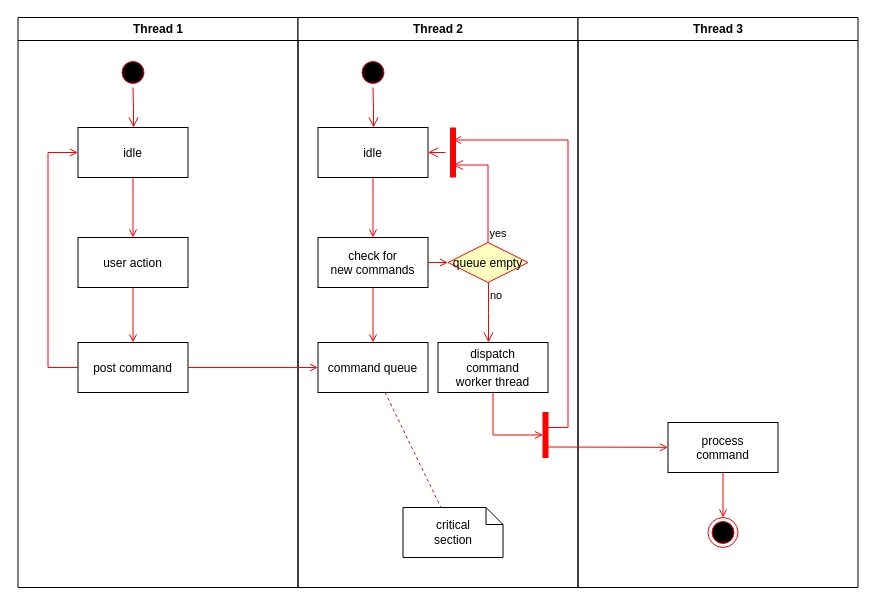
The draw.io diagram diagrams/github.drawio in cedret/learn, before the edit. Source tidied: cells renumbered, new cells numbered last; positions are measured from the earlier drawing's top-left corner, leaving out a move shared by most shapes. Both pictures are drawn from the tidied source at 100%, with x=0, y=0 at pixel (17, 17).
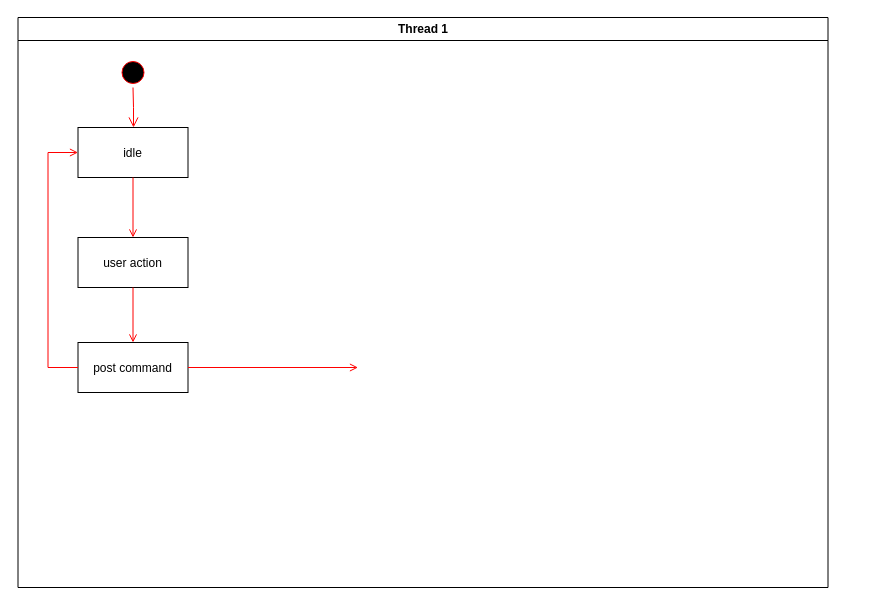
The same diagram, later.

Commit message (it also covers changes not shown here):
Mettre à jour github.drawio

Unchanged cells that the change refers to:
```xml
<mxCell id="8" value="post command" parent="2" vertex="1">
  <mxGeometry x="60" y="325" width="110" height="50" as="geometry" />
</mxCell>
```

The edit, as a diff of the source:
```diff
@@
     <mxCell id="2" value="Thread 1" style="swimlane;whiteSpace=wrap;" parent="1" vertex="1">
-      <mxGeometry x="0.5" width="280" height="570" as="geometry" />
+      <mxGeometry x="0.5" width="810" height="570" as="geometry" />
     </mxCell>
@@
-    <mxCell id="11" value="Thread 2" style="swimlane;whiteSpace=wrap;" parent="1" vertex="1">
-      <mxGeometry x="280.5" width="280" height="570" as="geometry" />
-    </mxCell>
-    <mxCell id="12" style="ellipse;shape=startState;fillColor=#000000;strokeColor=#ff0000;" parent="11" vertex="1">
-      <mxGeometry x="60" y="40" width="30" height="30" as="geometry" />
-    </mxCell>
-    <mxCell id="13" style="edgeStyle=elbowEdgeStyle;elbow=horizontal;verticalAlign=bottom;endArrow=open;endSize=8;strokeColor=#FF0000;endFill=1;rounded=0;" parent="11" edge="1" source="12" target="14">
-      <mxGeometry x="40" y="20" as="geometry" />
-    </mxCell>
-    <mxCell id="14" value="idle" parent="11" vertex="1">
-      <mxGeometry x="20" y="110" width="110" height="50" as="geometry" />
-    </mxCell>
-    <mxCell id="15" value="check for &#10;new commands" parent="11" vertex="1">
-      <mxGeometry x="20" y="220" width="110" height="50" as="geometry" />
-    </mxCell>
-    <mxCell id="16" style="endArrow=open;strokeColor=#FF0000;endFill=1;rounded=0;" parent="11" edge="1" source="14" target="15">
-      <mxGeometry relative="1" as="geometry" />
-    </mxCell>
-    <mxCell id="17" value="command queue" parent="11" vertex="1">
-      <mxGeometry x="20" y="325" width="110" height="50" as="geometry" />
-    </mxCell>
-    <mxCell id="18" style="endArrow=open;strokeColor=#FF0000;endFill=1;rounded=0;" parent="11" edge="1" source="15" target="17">
-      <mxGeometry relative="1" as="geometry" />
-    </mxCell>
-    <mxCell id="19" value="queue empty" style="rhombus;fillColor=#ffffc0;strokeColor=#ff0000;" parent="11" vertex="1">
-      <mxGeometry x="150" y="225" width="80" height="40" as="geometry" />
-    </mxCell>
-    <mxCell id="20" value="yes" style="edgeStyle=elbowEdgeStyle;elbow=horizontal;align=left;verticalAlign=bottom;endArrow=open;endSize=8;strokeColor=#FF0000;exitX=0.5;exitY=0;endFill=1;rounded=0;entryX=0.75;entryY=0.5;entryPerimeter=0;" parent="11" edge="1" source="19" target="23">
-      <mxGeometry x="-1" relative="1" as="geometry">
-        <Array as="points">
-          <mxPoint x="190" y="180" />
-        </Array>
-      </mxGeometry>
-    </mxCell>
-    <mxCell id="21" value="no" style="edgeStyle=elbowEdgeStyle;elbow=horizontal;align=left;verticalAlign=top;endArrow=open;endSize=8;strokeColor=#FF0000;endFill=1;rounded=0;" parent="11" edge="1" source="19" target="25">
-      <mxGeometry x="-1" relative="1" as="geometry" />
-    </mxCell>
-    <mxCell id="22" style="endArrow=open;strokeColor=#FF0000;endFill=1;rounded=0;" parent="11" edge="1" source="15" target="19">
-      <mxGeometry relative="1" as="geometry" />
-    </mxCell>
-    <mxCell id="23" style="shape=line;strokeWidth=6;strokeColor=#ff0000;rotation=90;" parent="11" vertex="1">
-      <mxGeometry x="130" y="127.5" width="50" height="15" as="geometry" />
-    </mxCell>
-    <mxCell id="24" style="edgeStyle=elbowEdgeStyle;elbow=horizontal;verticalAlign=bottom;endArrow=open;endSize=8;strokeColor=#FF0000;endFill=1;rounded=0;" parent="11" edge="1" source="23" target="14">
-      <mxGeometry x="130" y="90" as="geometry" />
-    </mxCell>
-    <mxCell id="25" value="dispatch&#10;command&#10;worker thread" parent="11" vertex="1">
-      <mxGeometry x="140" y="325" width="110" height="50" as="geometry" />
-    </mxCell>
-    <mxCell id="26" value="critical&#10;section" style="shape=note;whiteSpace=wrap;size=17;" parent="11" vertex="1">
-      <mxGeometry x="105" y="490" width="100" height="50" as="geometry" />
-    </mxCell>
-    <mxCell id="27" style="endArrow=none;strokeColor=#FF0000;endFill=0;rounded=0;dashed=1;" parent="11" edge="1" source="17" target="26">
-      <mxGeometry relative="1" as="geometry" />
-    </mxCell>
-    <mxCell id="28" style="whiteSpace=wrap;strokeColor=#FF0000;fillColor=#FF0000;" parent="11" vertex="1">
-      <mxGeometry x="245" y="395" width="5" height="45" as="geometry" />
-    </mxCell>
-    <mxCell id="29" style="edgeStyle=elbowEdgeStyle;elbow=horizontal;entryX=0;entryY=0.5;strokeColor=#FF0000;endArrow=open;endFill=1;rounded=0;" parent="11" edge="1" source="25" target="28">
-      <mxGeometry relative="1" as="geometry">
-        <Array as="points">
-          <mxPoint x="195" y="400" />
-        </Array>
-      </mxGeometry>
-    </mxCell>
-    <mxCell id="30" value="Thread 3" style="swimlane;whiteSpace=wrap;" parent="1" vertex="1">
-      <mxGeometry x="560.5" width="280" height="570" as="geometry" />
-    </mxCell>
-    <mxCell id="31" value="process&#10;command" parent="30" vertex="1">
-      <mxGeometry x="90" y="405" width="110" height="50" as="geometry" />
-    </mxCell>
-    <mxCell id="32" style="edgeStyle=elbowEdgeStyle;elbow=horizontal;strokeColor=#FF0000;endArrow=open;endFill=1;rounded=0;entryX=0.25;entryY=0.5;entryPerimeter=0;" parent="30" edge="1" target="23">
-      <mxGeometry relative="1" as="geometry">
-        <mxPoint x="-30" y="410" as="sourcePoint" />
-        <Array as="points">
-          <mxPoint x="-10" y="135" />
-        </Array>
-      </mxGeometry>
-    </mxCell>
-    <mxCell id="33" style="edgeStyle=none;strokeColor=#FF0000;endArrow=open;endFill=1;rounded=0;" parent="30" edge="1" target="31">
-      <mxGeometry relative="1" as="geometry">
-        <mxPoint x="-30" y="429.5" as="sourcePoint" />
-      </mxGeometry>
-    </mxCell>
-    <mxCell id="34" style="ellipse;shape=endState;fillColor=#000000;strokeColor=#ff0000;" parent="30" vertex="1">
-      <mxGeometry x="130" y="500" width="30" height="30" as="geometry" />
-    </mxCell>
-    <mxCell id="35" style="endArrow=open;strokeColor=#FF0000;endFill=1;rounded=0;" parent="30" edge="1" source="31" target="34">
-      <mxGeometry relative="1" as="geometry" />
-    </mxCell>
-    <mxCell id="36" style="endArrow=open;strokeColor=#FF0000;endFill=1;rounded=0;" parent="1" edge="1" source="8" target="17">
-      <mxGeometry relative="1" as="geometry" />
+    <mxCell id="36" style="endArrow=open;strokeColor=#FF0000;endFill=1;rounded=0;" parent="1" edge="1" source="8">
+      <mxGeometry relative="1" as="geometry">
+        <mxPoint x="340.5" y="350" as="targetPoint" />
+      </mxGeometry>
     </mxCell>
```
